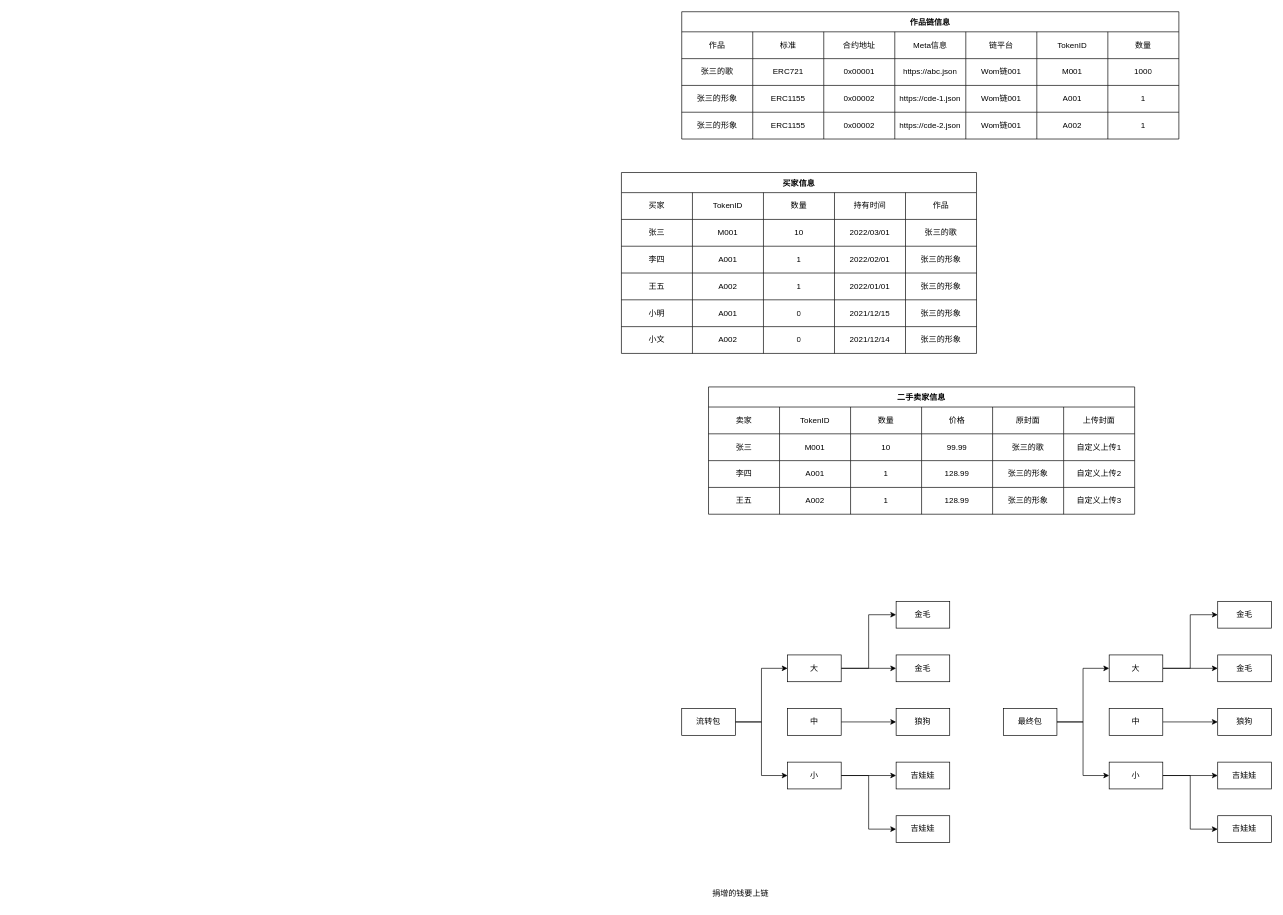
yiuked/diagram keeps this draw.io diagram as womchian.drawio. Above is the earlier version. Source tidied: cells renumbered, new cells numbered last; positions are measured from the earlier drawing's top-left corner, leaving out a move shared by most shapes. Both pictures are drawn from the tidied source at 67%, with x=0, y=0 at pixel (621, 11).
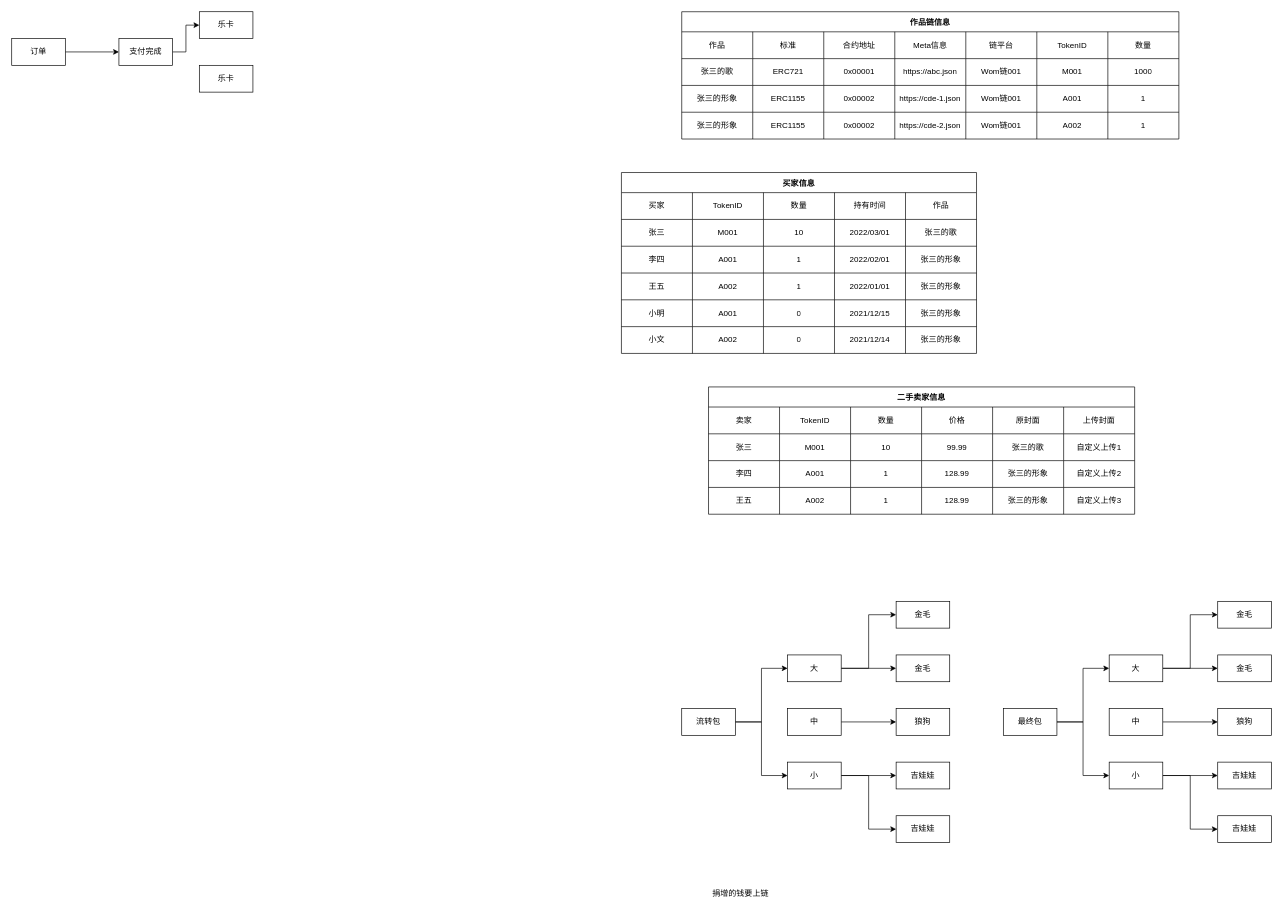
The same diagram, later.

What changed in the source:
```diff
@@
+    <mxCell id="134" style="edgeStyle=orthogonalEdgeStyle;rounded=0;jettySize=auto;html=1;exitX=1;exitY=0.5;exitDx=0;exitDy=0;" parent="1" edge="1" source="135" target="137">
+      <mxGeometry relative="1" as="geometry" />
+    </mxCell>
+    <mxCell id="135" value="订单" style="rounded=0;whiteSpace=wrap;html=1;" parent="1" vertex="1">
+      <mxGeometry x="-910" y="40" width="80" height="40" as="geometry" />
+    </mxCell>
+    <mxCell id="136" style="edgeStyle=orthogonalEdgeStyle;rounded=0;jettySize=auto;html=1;exitX=1;exitY=0.5;exitDx=0;exitDy=0;entryX=0;entryY=0.5;entryDx=0;entryDy=0;" parent="1" edge="1" source="137" target="138">
+      <mxGeometry relative="1" as="geometry" />
+    </mxCell>
+    <mxCell id="137" value="支付完成" style="rounded=0;whiteSpace=wrap;html=1;" parent="1" vertex="1">
+      <mxGeometry x="-750" y="40" width="80" height="40" as="geometry" />
+    </mxCell>
+    <mxCell id="138" value="乐卡" style="rounded=0;whiteSpace=wrap;html=1;" parent="1" vertex="1">
+      <mxGeometry x="-630" width="80" height="40" as="geometry" />
+    </mxCell>
+    <mxCell id="139" value="乐卡" style="rounded=0;whiteSpace=wrap;html=1;" parent="1" vertex="1">
+      <mxGeometry x="-630" y="80" width="80" height="40" as="geometry" />
+    </mxCell>
```
